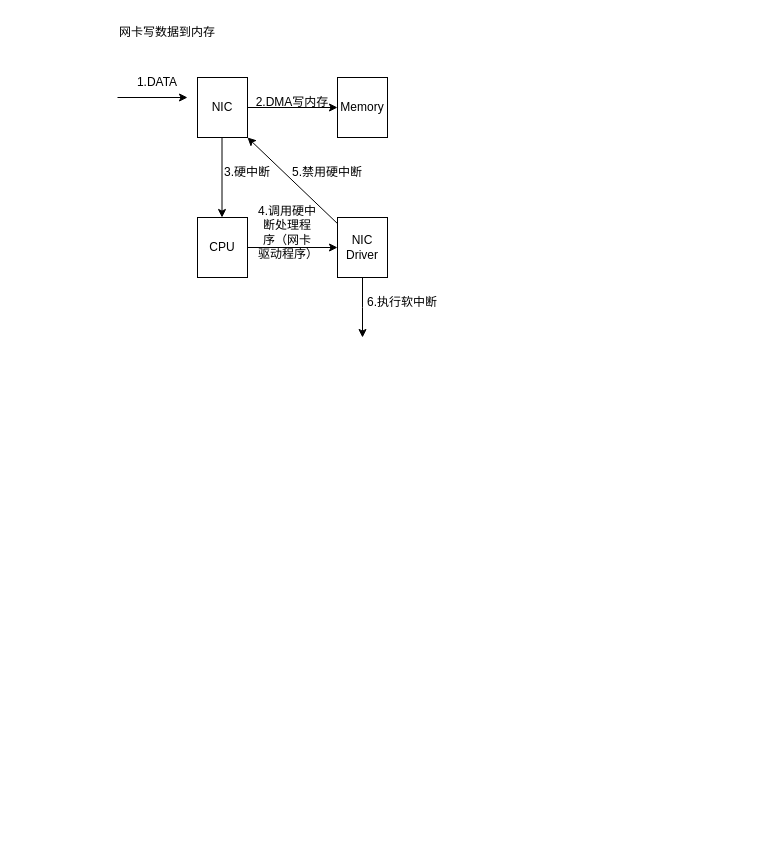
The draw.io diagram network_t/网卡接收数据流程.drawio in def-dot/python-demo, before the edit. Source tidied: cells renumbered, new cells numbered last; positions are measured from the earlier drawing's top-left corner, leaving out a move shared by most shapes. Both pictures are drawn from the tidied source at 100%, with x=0, y=0 at pixel (107, 17).
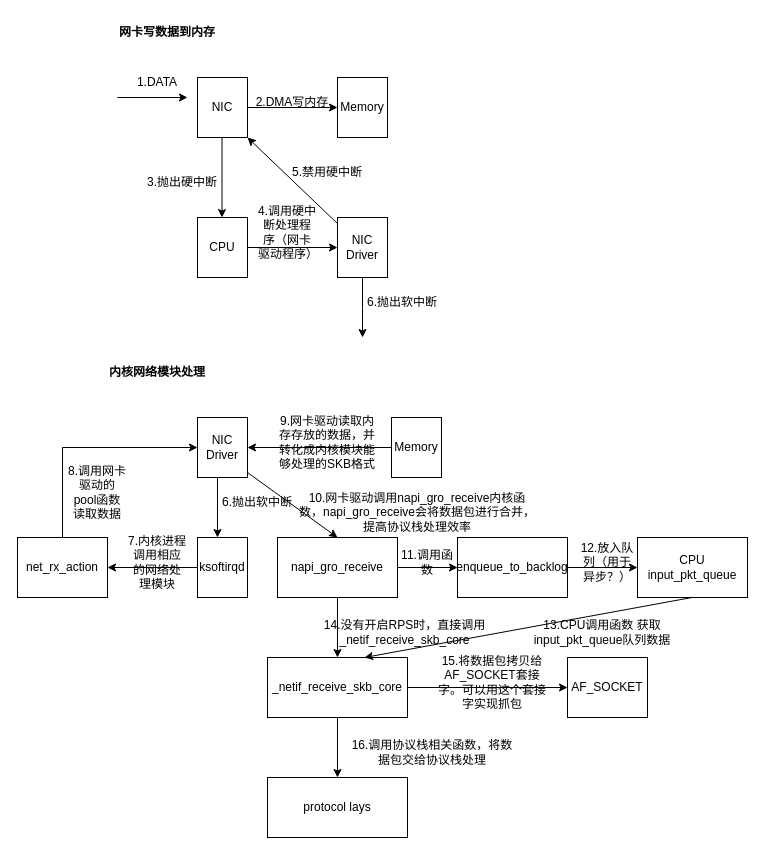
Above is the later version.

Change to the diagram source:
```diff
@@
-    <mxCell id="5" value="网卡写数据到内存" style="text;strokeColor=none;align=center;fillColor=none;html=1;verticalAlign=middle;whiteSpace=wrap;rounded=0;" parent="1" vertex="1">
+    <mxCell id="5" value="网卡写数据到内存" style="text;strokeColor=none;align=center;fillColor=none;html=1;verticalAlign=middle;whiteSpace=wrap;rounded=0;fontStyle=1;" parent="1" vertex="1">
       <mxGeometry width="120" height="30" as="geometry" />
     </mxCell>
@@
-    <mxCell id="10" value="3.硬中断" style="text;strokeColor=none;align=center;fillColor=none;html=1;verticalAlign=middle;whiteSpace=wrap;rounded=0;" parent="1" vertex="1">
-      <mxGeometry x="110" y="140" width="60" height="30" as="geometry" />
+    <mxCell id="10" value="3.抛出硬中断" style="text;strokeColor=none;align=center;fillColor=none;html=1;verticalAlign=middle;whiteSpace=wrap;rounded=0;" parent="1" vertex="1">
+      <mxGeometry x="30" y="150" width="90" height="30" as="geometry" />
     </mxCell>
@@
-    <mxCell id="16" value="6.执行软中断" style="text;strokeColor=none;align=center;fillColor=none;html=1;verticalAlign=middle;whiteSpace=wrap;rounded=0;" parent="1" vertex="1">
+    <mxCell id="16" value="6.抛出软中断" style="text;strokeColor=none;align=center;fillColor=none;html=1;verticalAlign=middle;whiteSpace=wrap;rounded=0;" parent="1" vertex="1">
       <mxGeometry x="240" y="270" width="110" height="30" as="geometry" />
     </mxCell>
@@
+    <mxCell id="19" value="内核网络模块处理" style="text;strokeColor=none;align=center;fillColor=none;html=1;verticalAlign=middle;whiteSpace=wrap;rounded=0;fontStyle=1;" parent="1" vertex="1">
+      <mxGeometry x="-10" y="340" width="120" height="30" as="geometry" />
+    </mxCell>
+    <mxCell id="20" value="NIC&lt;br&gt;Driver" style="rounded=0;whiteSpace=wrap;html=1;" parent="1" vertex="1">
+      <mxGeometry x="90" y="400" width="50" height="60" as="geometry" />
+    </mxCell>
+    <mxCell id="21" style="endArrow=classic;html=1;rounded=0;" parent="1" edge="1">
+      <mxGeometry relative="1" as="geometry">
+        <mxPoint x="110" y="460" as="sourcePoint" />
+        <mxPoint x="110" y="520" as="targetPoint" />
+      </mxGeometry>
+    </mxCell>
+    <mxCell id="22" value="6.抛出软中断" style="text;strokeColor=none;align=center;fillColor=none;html=1;verticalAlign=middle;whiteSpace=wrap;rounded=0;" parent="1" vertex="1">
+      <mxGeometry x="110" y="470" width="80" height="30" as="geometry" />
+    </mxCell>
+    <mxCell id="23" style="edgeStyle=orthogonalEdgeStyle;rounded=0;jettySize=auto;html=1;" parent="1" edge="1" source="24" target="26">
+      <mxGeometry relative="1" as="geometry" />
+    </mxCell>
+    <mxCell id="24" value="ksoftirqd" style="rounded=0;whiteSpace=wrap;html=1;" parent="1" vertex="1">
+      <mxGeometry x="90" y="520" width="50" height="60" as="geometry" />
+    </mxCell>
+    <mxCell id="25" style="edgeStyle=orthogonalEdgeStyle;rounded=0;jettySize=auto;html=1;entryX=0;entryY=0.5;entryDx=0;entryDy=0;" parent="1" edge="1" source="26" target="20">
+      <mxGeometry relative="1" as="geometry">
+        <Array as="points">
+          <mxPoint x="-45" y="430" />
+        </Array>
+      </mxGeometry>
+    </mxCell>
+    <mxCell id="26" value="net_rx_action" style="rounded=0;whiteSpace=wrap;html=1;" parent="1" vertex="1">
+      <mxGeometry x="-90" y="520" width="90" height="60" as="geometry" />
+    </mxCell>
+    <mxCell id="27" value="7.内核进程调用相应的网络处理模块" style="text;strokeColor=none;align=center;fillColor=none;html=1;verticalAlign=middle;whiteSpace=wrap;rounded=0;" parent="1" vertex="1">
+      <mxGeometry x="20" y="530" width="60" height="30" as="geometry" />
+    </mxCell>
+    <mxCell id="28" value="8.调用网卡驱动的pool函数读取数据" style="text;strokeColor=none;align=center;fillColor=none;html=1;verticalAlign=middle;whiteSpace=wrap;rounded=0;" parent="1" vertex="1">
+      <mxGeometry x="-40" y="460" width="60" height="30" as="geometry" />
+    </mxCell>
+    <mxCell id="29" style="edgeStyle=orthogonalEdgeStyle;rounded=0;jettySize=auto;html=1;" parent="1" edge="1" source="30" target="20">
+      <mxGeometry relative="1" as="geometry" />
+    </mxCell>
+    <mxCell id="30" value="Memory" style="rounded=0;whiteSpace=wrap;html=1;" parent="1" vertex="1">
+      <mxGeometry x="284" y="400" width="50" height="60" as="geometry" />
+    </mxCell>
+    <mxCell id="31" value="9.网卡驱动读取内存存放的数据，并转化成内核模块能够处理的SKB格式" style="text;strokeColor=none;align=center;fillColor=none;html=1;verticalAlign=middle;whiteSpace=wrap;rounded=0;" parent="1" vertex="1">
+      <mxGeometry x="170" y="410" width="100" height="30" as="geometry" />
+    </mxCell>
+    <mxCell id="32" style="edgeStyle=orthogonalEdgeStyle;rounded=0;jettySize=auto;html=1;" parent="1" edge="1" source="34" target="39">
+      <mxGeometry relative="1" as="geometry" />
+    </mxCell>
+    <mxCell id="33" style="edgeStyle=orthogonalEdgeStyle;rounded=0;jettySize=auto;html=1;" parent="1" edge="1" source="34" target="46">
+      <mxGeometry relative="1" as="geometry" />
+    </mxCell>
+    <mxCell id="34" value="napi_gro_receive" style="rounded=0;whiteSpace=wrap;html=1;" parent="1" vertex="1">
+      <mxGeometry x="170" y="520" width="120" height="60" as="geometry" />
+    </mxCell>
+    <mxCell id="35" style="endArrow=classic;html=1;rounded=0;entryX=0.5;entryY=0;entryDx=0;entryDy=0;" parent="1" edge="1" target="34">
+      <mxGeometry relative="1" as="geometry">
+        <mxPoint x="140" y="455" as="sourcePoint" />
+      </mxGeometry>
+    </mxCell>
+    <mxCell id="36" value="10.网卡驱动调用napi_gro_receive内核函数，napi_gro_receive会将数据包进行合并，提高协议栈处理效率" style="text;strokeColor=none;align=center;fillColor=none;html=1;verticalAlign=middle;whiteSpace=wrap;rounded=0;" parent="1" vertex="1">
+      <mxGeometry x="190" y="480" width="240" height="30" as="geometry" />
+    </mxCell>
+    <mxCell id="37" style="edgeStyle=orthogonalEdgeStyle;rounded=0;jettySize=auto;html=1;" parent="1" edge="1" source="39" target="41">
+      <mxGeometry relative="1" as="geometry" />
+    </mxCell>
+    <mxCell id="38" style="edgeStyle=orthogonalEdgeStyle;rounded=0;jettySize=auto;html=1;" parent="1" edge="1" source="39" target="43">
+      <mxGeometry relative="1" as="geometry" />
+    </mxCell>
+    <mxCell id="39" value="_netif_receive_skb_core" style="rounded=0;whiteSpace=wrap;html=1;" parent="1" vertex="1">
+      <mxGeometry x="160" y="640" width="140" height="60" as="geometry" />
+    </mxCell>
+    <mxCell id="40" value="14.没有开启RPS时，直接调用_netif_receive_skb_core" style="text;strokeColor=none;align=center;fillColor=none;html=1;verticalAlign=middle;whiteSpace=wrap;rounded=0;" parent="1" vertex="1">
+      <mxGeometry x="215" y="600" width="165" height="30" as="geometry" />
+    </mxCell>
+    <mxCell id="41" value="protocol lays" style="rounded=0;whiteSpace=wrap;html=1;" parent="1" vertex="1">
+      <mxGeometry x="160" y="760" width="140" height="60" as="geometry" />
+    </mxCell>
+    <mxCell id="42" value="16.调用协议栈相关函数，将数据包交给协议栈处理" style="text;strokeColor=none;align=center;fillColor=none;html=1;verticalAlign=middle;whiteSpace=wrap;rounded=0;" parent="1" vertex="1">
+      <mxGeometry x="240" y="720" width="170" height="30" as="geometry" />
+    </mxCell>
+    <mxCell id="43" value="AF_SOCKET" style="rounded=0;whiteSpace=wrap;html=1;" parent="1" vertex="1">
+      <mxGeometry x="460" y="640" width="80" height="60" as="geometry" />
+    </mxCell>
+    <mxCell id="44" value="15.将数据包拷贝给AF_SOCKET套接字。可以用这个套接字实现抓包" style="text;strokeColor=none;align=center;fillColor=none;html=1;verticalAlign=middle;whiteSpace=wrap;rounded=0;" parent="1" vertex="1">
+      <mxGeometry x="330" y="650" width="110" height="30" as="geometry" />
+    </mxCell>
+    <mxCell id="45" style="edgeStyle=orthogonalEdgeStyle;rounded=0;jettySize=auto;html=1;" parent="1" edge="1" source="46" target="47">
+      <mxGeometry relative="1" as="geometry" />
+    </mxCell>
+    <mxCell id="46" value="enqueue_to_backlog" style="rounded=0;whiteSpace=wrap;html=1;" parent="1" vertex="1">
+      <mxGeometry x="350" y="520" width="110" height="60" as="geometry" />
+    </mxCell>
+    <mxCell id="47" value="CPU input_pkt_queue" style="rounded=0;whiteSpace=wrap;html=1;" parent="1" vertex="1">
+      <mxGeometry x="530" y="520" width="110" height="60" as="geometry" />
+    </mxCell>
+    <mxCell id="48" value="12.放入队列（用于异步？）" style="text;strokeColor=none;align=center;fillColor=none;html=1;verticalAlign=middle;whiteSpace=wrap;rounded=0;" parent="1" vertex="1">
+      <mxGeometry x="470" y="530" width="60" height="30" as="geometry" />
+    </mxCell>
+    <mxCell id="49" value="11.调用函数" style="text;strokeColor=none;align=center;fillColor=none;html=1;verticalAlign=middle;whiteSpace=wrap;rounded=0;" parent="1" vertex="1">
+      <mxGeometry x="290" y="530" width="60" height="30" as="geometry" />
+    </mxCell>
+    <mxCell id="50" style="endArrow=classic;html=1;rounded=0;entryX=0.693;entryY=0;entryDx=0;entryDy=0;entryPerimeter=0;" parent="1" edge="1" target="39">
+      <mxGeometry relative="1" as="geometry">
+        <mxPoint x="584.5" y="580" as="sourcePoint" />
+      </mxGeometry>
+    </mxCell>
+    <mxCell id="51" value="13.CPU调用函数 获取input_pkt_queue队列数据" style="text;strokeColor=none;align=center;fillColor=none;html=1;verticalAlign=middle;whiteSpace=wrap;rounded=0;" parent="1" vertex="1">
+      <mxGeometry x="410" y="600" width="170" height="30" as="geometry" />
+    </mxCell>
```
